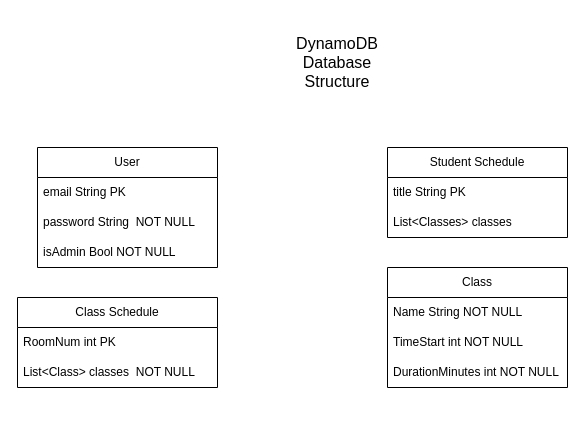
Above: DBOutline.drawio in lfindlay24/ShadowSlackers (draw.io), before the change. Source tidied: cells renumbered, new cells numbered last; positions are measured from the earlier drawing's top-left corner, leaving out a move shared by most shapes. Both pictures are drawn from the tidied source at 100%, with x=0, y=0 at pixel (17, 17).
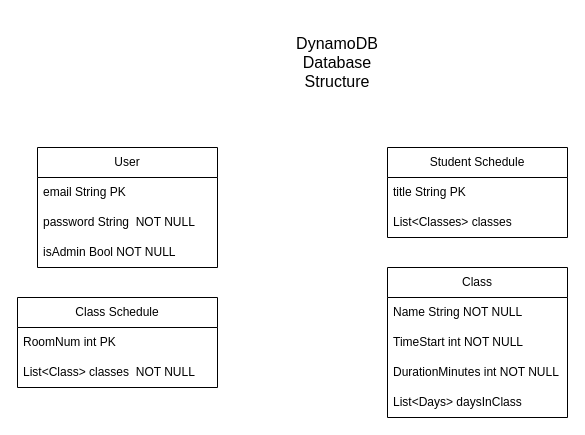
After the change.

The edit, as a diff of the source:
```diff
@@
 <mxGraphModel>
   <root>
     <mxCell id="0" />
     <mxCell id="1" parent="0" />
     <mxCell id="2" value="User" style="swimlane;fontStyle=0;horizontal=1;startSize=30;whiteSpace=wrap;html=1;" parent="1" vertex="1">
       <mxGeometry x="20" y="130" width="180" height="120" as="geometry" />
     </mxCell>
     <mxCell id="3" value="email String PK" style="text;strokeColor=none;fillColor=none;align=left;verticalAlign=middle;spacingLeft=4;spacingRight=4;overflow=hidden;whiteSpace=wrap;html=1;" parent="2" vertex="1">
       <mxGeometry y="30" width="180" height="30" as="geometry" />
     </mxCell>
     <mxCell id="4" value="password String&amp;nbsp; NOT NULL" style="text;strokeColor=none;fillColor=none;align=left;verticalAlign=middle;spacingLeft=4;spacingRight=4;overflow=hidden;whiteSpace=wrap;html=1;" parent="2" vertex="1">
       <mxGeometry y="60" width="180" height="30" as="geometry" />
     </mxCell>
     <mxCell id="5" value="isAdmin Bool NOT NULL" style="text;strokeColor=none;fillColor=none;align=left;verticalAlign=middle;spacingLeft=4;spacingRight=4;overflow=hidden;whiteSpace=wrap;html=1;" parent="2" vertex="1">
       <mxGeometry y="90" width="180" height="30" as="geometry" />
     </mxCell>
     <mxCell id="6" value="DynamoDB Database Structure" style="text;html=1;strokeColor=none;fillColor=none;align=center;verticalAlign=middle;whiteSpace=wrap;rounded=0;fontSize=16;" parent="1" vertex="1">
       <mxGeometry x="260" width="120" height="90" as="geometry" />
     </mxCell>
     <mxCell id="7" value="Student Schedule" style="swimlane;fontStyle=0;horizontal=1;startSize=30;whiteSpace=wrap;html=1;" parent="1" vertex="1">
       <mxGeometry x="370" y="130" width="180" height="90" as="geometry" />
     </mxCell>
     <mxCell id="8" value="title String PK" style="text;strokeColor=none;fillColor=none;align=left;verticalAlign=middle;spacingLeft=4;spacingRight=4;overflow=hidden;whiteSpace=wrap;html=1;" parent="7" vertex="1">
       <mxGeometry y="30" width="180" height="30" as="geometry" />
     </mxCell>
     <mxCell id="9" value="List&amp;lt;Classes&amp;gt; classes" style="text;strokeColor=none;fillColor=none;align=left;verticalAlign=middle;spacingLeft=4;spacingRight=4;overflow=hidden;whiteSpace=wrap;html=1;" parent="7" vertex="1">
       <mxGeometry y="60" width="180" height="30" as="geometry" />
     </mxCell>
     <mxCell id="10" value="Class" style="swimlane;fontStyle=0;horizontal=1;startSize=30;whiteSpace=wrap;html=1;" parent="1" vertex="1">
-      <mxGeometry x="370" y="250" width="180" height="120" as="geometry" />
+      <mxGeometry x="370" y="250" width="180" height="150" as="geometry" />
     </mxCell>
     <mxCell id="11" value="Name String NOT NULL" style="text;strokeColor=none;fillColor=none;align=left;verticalAlign=middle;spacingLeft=4;spacingRight=4;overflow=hidden;whiteSpace=wrap;html=1;" parent="10" vertex="1">
       <mxGeometry y="30" width="180" height="30" as="geometry" />
     </mxCell>
     <mxCell id="12" value="TimeStart int NOT NULL" style="text;strokeColor=none;fillColor=none;align=left;verticalAlign=middle;spacingLeft=4;spacingRight=4;overflow=hidden;whiteSpace=wrap;html=1;" parent="10" vertex="1">
       <mxGeometry y="60" width="180" height="30" as="geometry" />
     </mxCell>
     <mxCell id="13" value="DurationMinutes int NOT NULL" style="text;strokeColor=none;fillColor=none;align=left;verticalAlign=middle;spacingLeft=4;spacingRight=4;overflow=hidden;whiteSpace=wrap;html=1;" parent="10" vertex="1">
       <mxGeometry y="90" width="180" height="30" as="geometry" />
     </mxCell>
+    <mxCell id="17" value="List&amp;lt;Days&amp;gt; daysInClass" style="text;strokeColor=none;fillColor=none;align=left;verticalAlign=middle;spacingLeft=4;spacingRight=4;overflow=hidden;whiteSpace=wrap;html=1;" parent="10" vertex="1">
+      <mxGeometry y="120" width="180" height="30" as="geometry" />
+    </mxCell>
     <mxCell id="14" value="Class Schedule" style="swimlane;fontStyle=0;horizontal=1;startSize=30;whiteSpace=wrap;html=1;" parent="1" vertex="1">
       <mxGeometry y="280" width="200" height="90" as="geometry" />
     </mxCell>
     <mxCell id="15" value="RoomNum int PK" style="text;strokeColor=none;fillColor=none;align=left;verticalAlign=middle;spacingLeft=4;spacingRight=4;overflow=hidden;whiteSpace=wrap;html=1;" parent="14" vertex="1">
       <mxGeometry y="30" width="200" height="30" as="geometry" />
     </mxCell>
     <mxCell id="16" value="List&amp;lt;Class&amp;gt; classes&amp;nbsp; NOT NULL" style="text;strokeColor=none;fillColor=none;align=left;verticalAlign=middle;spacingLeft=4;spacingRight=4;overflow=hidden;whiteSpace=wrap;html=1;" parent="14" vertex="1">
       <mxGeometry y="60" width="200" height="30" as="geometry" />
     </mxCell>
   </root>
 </mxGraphModel>
```
